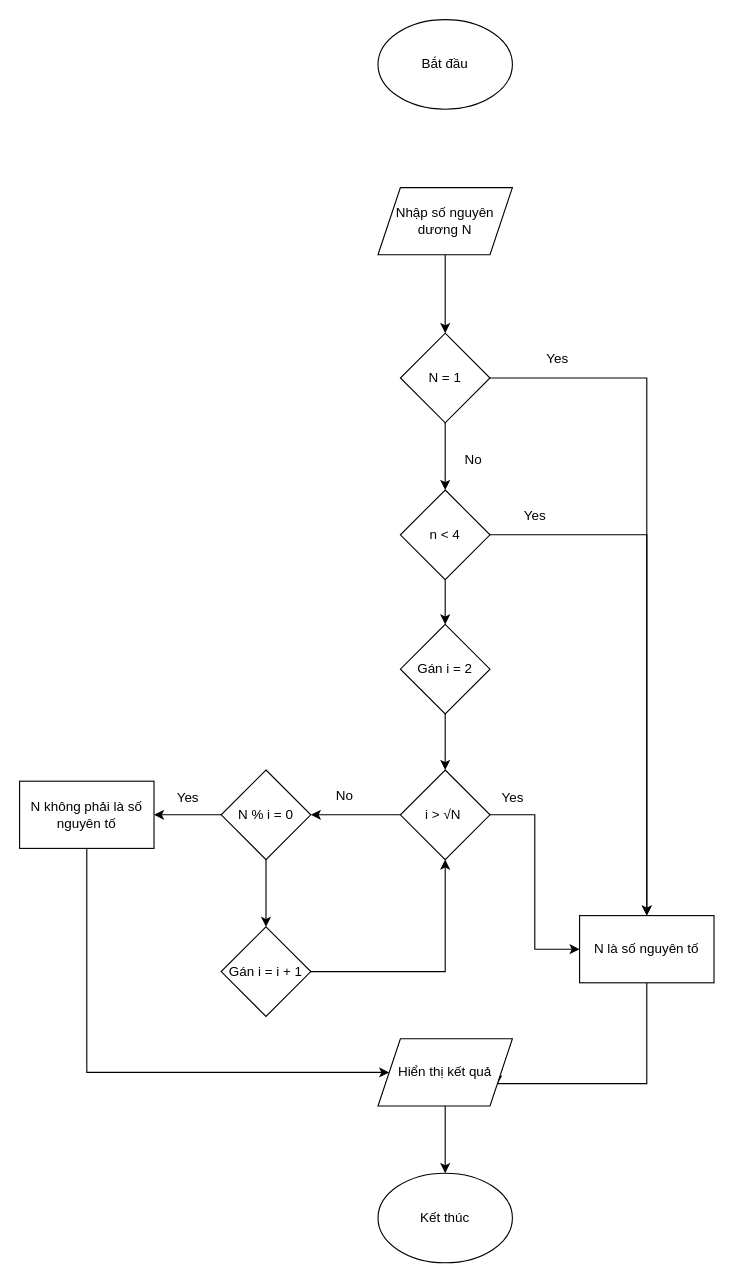
Earlier version of the draw.io diagram page "Lap1.3" (3 of 4) of IOT301/Lap/Lap1.1.drawio (HuyThong94/Funix). Source tidied: cells renumbered, new cells numbered last; positions are measured from the earlier drawing's top-left corner, leaving out a move shared by most shapes. Both pictures are drawn from the tidied source at 112%, with x=0, y=0 at pixel (19, 19).
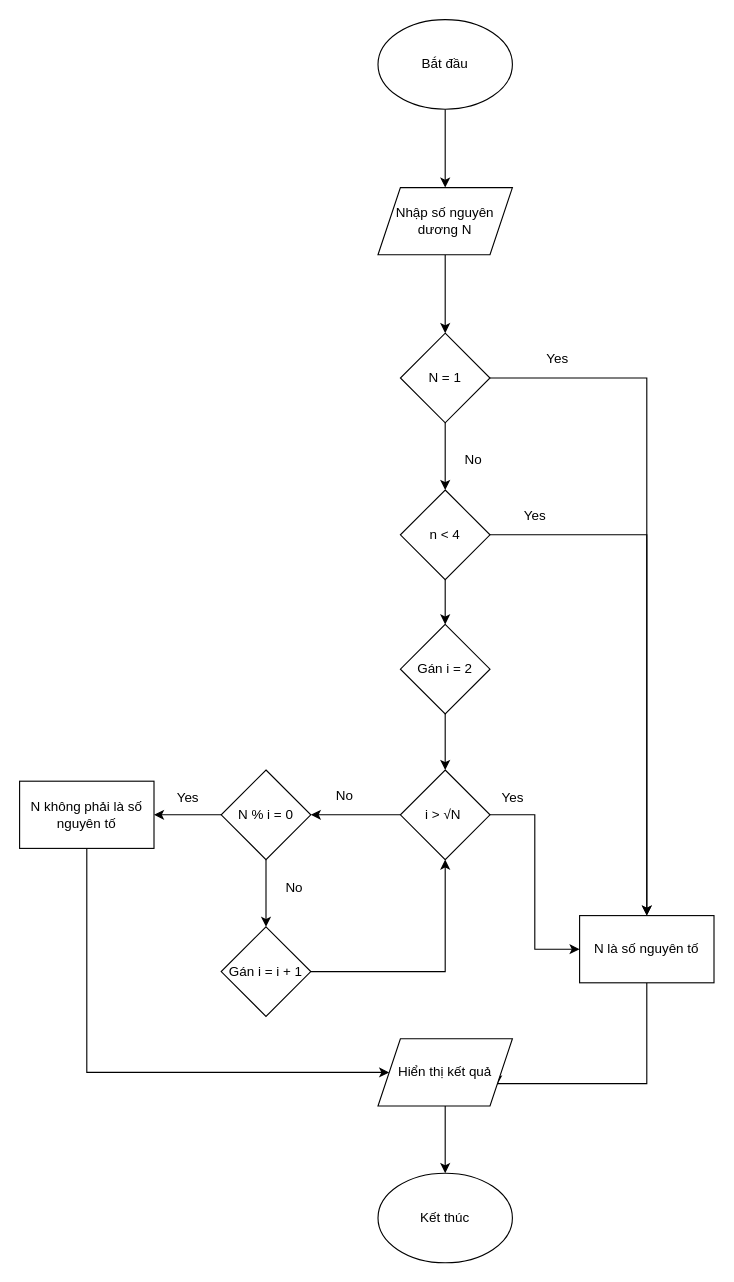
The same diagram, later.

The change refers to these unchanged cells:
```xml
<mxCell id="2" value="Bắt đầu" style="ellipse;whiteSpace=wrap;html=1;" parent="1" vertex="1">
  <mxGeometry x="320" width="120" height="80" as="geometry" />
</mxCell>
<mxCell id="4" value="Nhập số nguyên dương N" style="shape=parallelogram;perimeter=parallelogramPerimeter;whiteSpace=wrap;html=1;fixedSize=1;" parent="1" vertex="1">
  <mxGeometry x="320" y="150" width="120" height="60" as="geometry" />
</mxCell>
```

The edit, as a diff of the source:
```diff
@@
+    <mxCell id="34" style="edgeStyle=orthogonalEdgeStyle;rounded=0;jettySize=auto;html=1;exitX=0.5;exitY=1;exitDx=0;exitDy=0;" parent="1" edge="1" source="2" target="4">
+      <mxGeometry relative="1" as="geometry" />
+    </mxCell>
@@
+    <mxCell id="35" value="No" style="text;html=1;align=center;verticalAlign=middle;strokeColor=none;fillColor=none;" parent="1" vertex="1">
+      <mxGeometry x="225" y="760" width="40" height="30" as="geometry" />
+    </mxCell>
```
